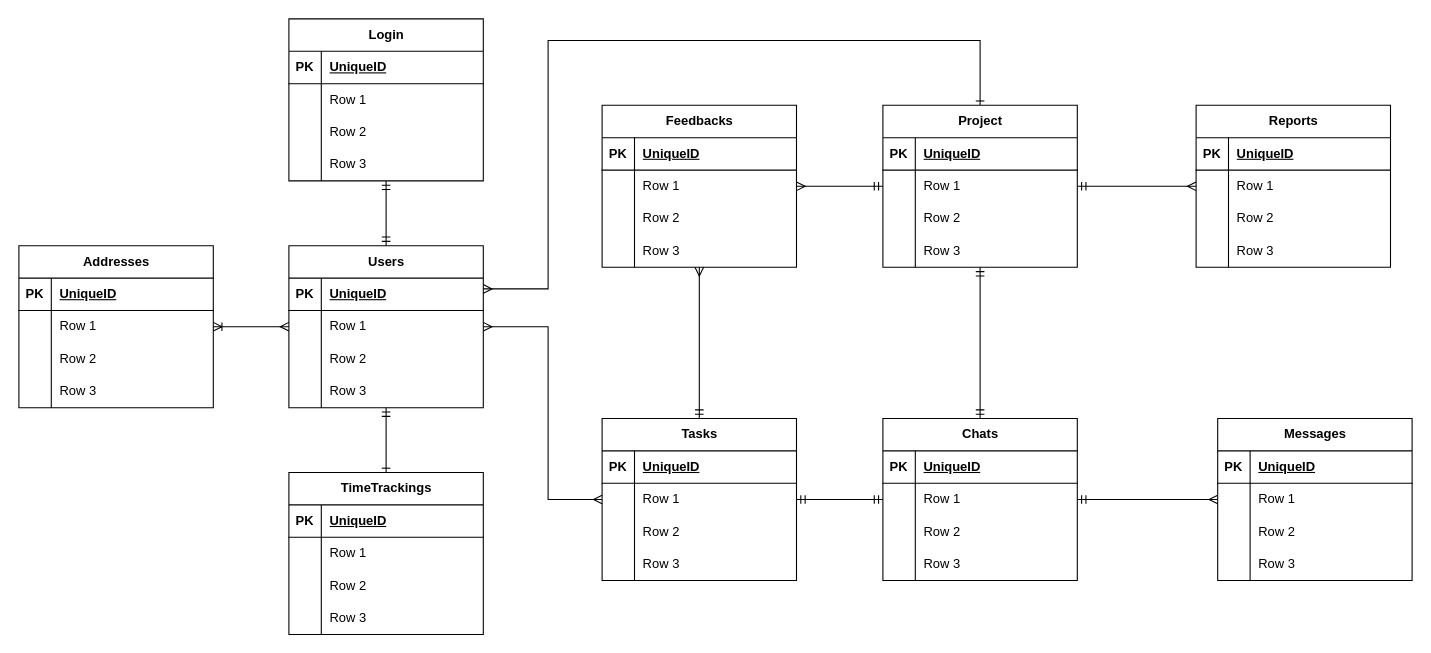
Before: docs/Diagrama_Entidade_Relacionamento.drawio in GabrielWhite96/TaskLy_LPS, a draw.io diagram. Source tidied: cells renumbered, new cells numbered last; positions are measured from the earlier drawing's top-left corner, leaving out a move shared by most shapes. Both pictures are drawn from the tidied source at 108%, with x=0, y=0 at pixel (18, 18).
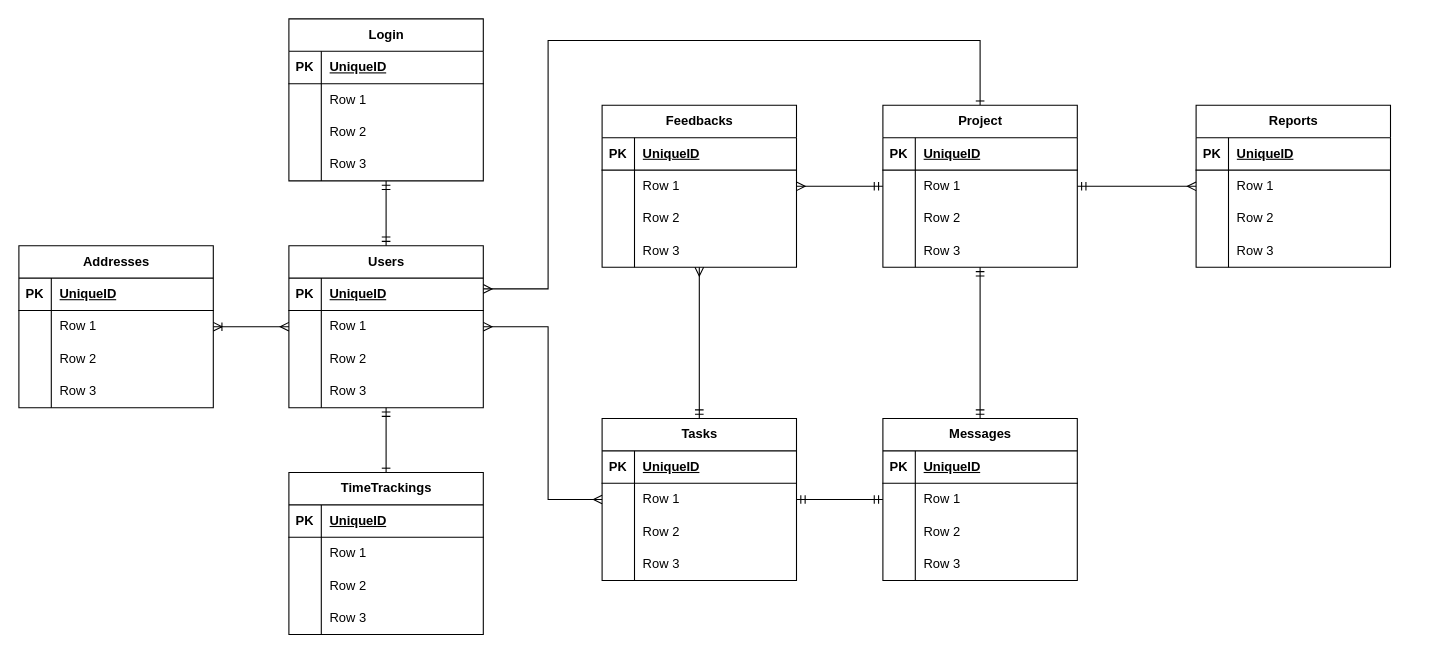
The same page after the edit.

Commit message:
Chat retirado.

Unchanged cells that the change refers to:
```xml
<mxCell id="6" style="shape=tableRow;horizontal=0;startSize=0;swimlaneHead=0;swimlaneBody=0;fillColor=none;points=[[0,0.5],[1,0.5]];portConstraint=eastwest;top=0;left=0;right=0;bottom=0;" parent="2" vertex="1">
  <mxGeometry y="60" width="180" height="30" as="geometry" />
</mxCell>
```

The edit, as a diff of the source:
```diff
@@
-    <mxCell id="2" value="Chats" style="shape=table;startSize=30;childLayout=tableLayout;rowLines=0;fontStyle=1;align=center;html=1;" parent="1" vertex="1">
+    <mxCell id="2" value="Messages" style="shape=table;startSize=30;childLayout=tableLayout;rowLines=0;fontStyle=1;align=center;html=1;" parent="1" vertex="1">
       <mxGeometry x="800" y="370" width="180" height="150" as="geometry" />
     </mxCell>
@@
-    <mxCell id="15" value="Messages" style="shape=table;startSize=30;childLayout=tableLayout;rowLines=0;fontStyle=1;align=center;html=1;" parent="1" vertex="1">
-      <mxGeometry x="1110" y="370" width="180" height="150" as="geometry" />
-    </mxCell>
-    <mxCell id="16" style="shape=tableRow;horizontal=0;startSize=0;swimlaneHead=0;swimlaneBody=0;fillColor=none;top=0;left=0;right=0;bottom=1;" parent="15" vertex="1">
-      <mxGeometry y="30" width="180" height="30" as="geometry" />
-    </mxCell>
-    <mxCell id="17" value="PK" style="shape=partialRectangle;fillColor=none;top=0;left=0;bottom=0;right=0;fontStyle=1;overflow=hidden;whiteSpace=wrap;html=1;" parent="16" vertex="1">
-      <mxGeometry width="30" height="30" as="geometry" />
-    </mxCell>
-    <mxCell id="18" value="UniqueID" style="shape=partialRectangle;fillColor=none;top=0;left=0;bottom=0;right=0;align=left;spacingLeft=6;fontStyle=5;overflow=hidden;whiteSpace=wrap;html=1;" parent="16" vertex="1">
-      <mxGeometry x="30" width="150" height="30" as="geometry" />
-    </mxCell>
-    <mxCell id="19" style="shape=tableRow;horizontal=0;startSize=0;swimlaneHead=0;swimlaneBody=0;fillColor=none;top=0;left=0;right=0;bottom=0;" parent="15" vertex="1">
-      <mxGeometry y="60" width="180" height="30" as="geometry" />
-    </mxCell>
-    <mxCell id="20" style="shape=partialRectangle;fillColor=none;top=0;left=0;bottom=0;right=0;overflow=hidden;whiteSpace=wrap;html=1;" parent="19" vertex="1">
-      <mxGeometry width="30" height="30" as="geometry" />
-    </mxCell>
-    <mxCell id="21" value="Row 1" style="shape=partialRectangle;fillColor=none;top=0;left=0;bottom=0;right=0;align=left;spacingLeft=6;overflow=hidden;whiteSpace=wrap;html=1;" parent="19" vertex="1">
-      <mxGeometry x="30" width="150" height="30" as="geometry" />
-    </mxCell>
-    <mxCell id="22" style="shape=tableRow;horizontal=0;startSize=0;swimlaneHead=0;swimlaneBody=0;fillColor=none;top=0;left=0;right=0;bottom=0;" parent="15" vertex="1">
-      <mxGeometry y="90" width="180" height="30" as="geometry" />
-    </mxCell>
-    <mxCell id="23" style="shape=partialRectangle;fillColor=none;top=0;left=0;bottom=0;right=0;overflow=hidden;whiteSpace=wrap;html=1;" parent="22" vertex="1">
-      <mxGeometry width="30" height="30" as="geometry" />
-    </mxCell>
-    <mxCell id="24" value="Row 2" style="shape=partialRectangle;fillColor=none;top=0;left=0;bottom=0;right=0;align=left;spacingLeft=6;overflow=hidden;whiteSpace=wrap;html=1;" parent="22" vertex="1">
-      <mxGeometry x="30" width="150" height="30" as="geometry" />
-    </mxCell>
-    <mxCell id="25" style="shape=tableRow;horizontal=0;startSize=0;swimlaneHead=0;swimlaneBody=0;fillColor=none;top=0;left=0;right=0;bottom=0;" parent="15" vertex="1">
-      <mxGeometry y="120" width="180" height="30" as="geometry" />
-    </mxCell>
-    <mxCell id="26" style="shape=partialRectangle;fillColor=none;top=0;left=0;bottom=0;right=0;overflow=hidden;whiteSpace=wrap;html=1;" parent="25" vertex="1">
-      <mxGeometry width="30" height="30" as="geometry" />
-    </mxCell>
-    <mxCell id="27" value="Row 3" style="shape=partialRectangle;fillColor=none;top=0;left=0;bottom=0;right=0;align=left;spacingLeft=6;overflow=hidden;whiteSpace=wrap;html=1;" parent="25" vertex="1">
-      <mxGeometry x="30" width="150" height="30" as="geometry" />
-    </mxCell>
-    <mxCell id="28" style="edgeStyle=orthogonalEdgeStyle;rounded=0;jettySize=auto;html=1;endArrow=ERmany;endFill=0;startArrow=ERmandOne;startFill=0;" parent="1" edge="1" source="6" target="15">
-      <mxGeometry relative="1" as="geometry" />
-    </mxCell>
```
